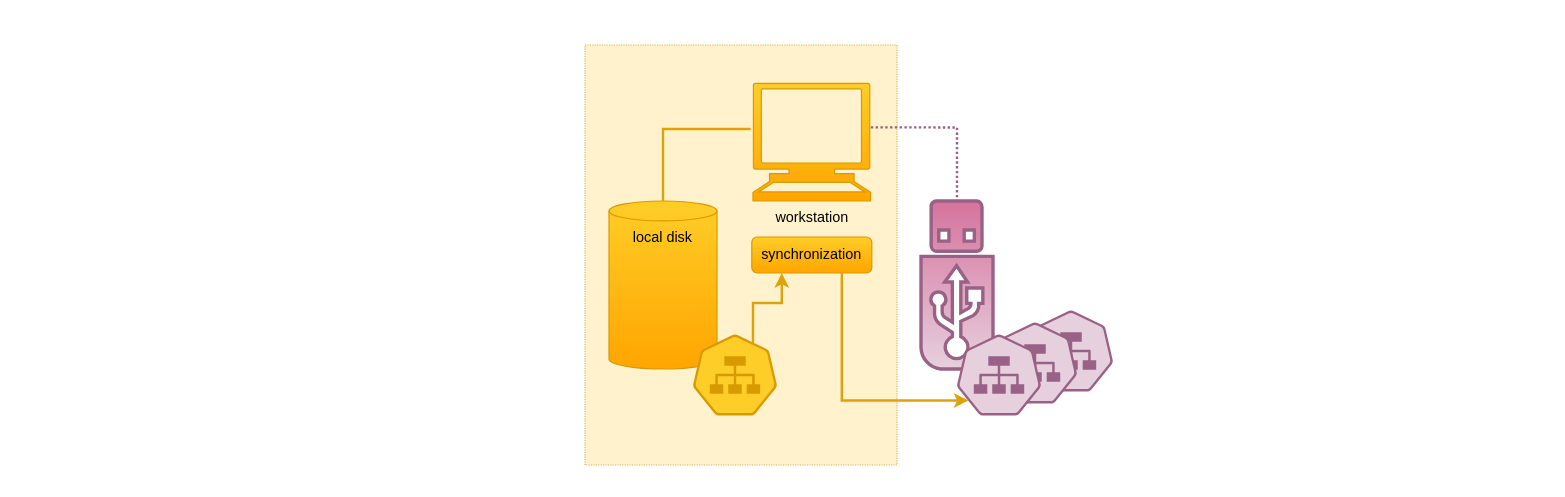
This is page "backup-olf" (1 of 2) of blog/data/assets/images/cabri-share-conf/diagrams.drawio from t-beigbeder/otvl_blog, a draw.io file, before an edit. Source tidied: cells renumbered, new cells numbered last; positions are measured from the earlier drawing's top-left corner, leaving out a move shared by most shapes. Both pictures are drawn from the tidied source at 120%, with x=0, y=0 at pixel (104, 32).
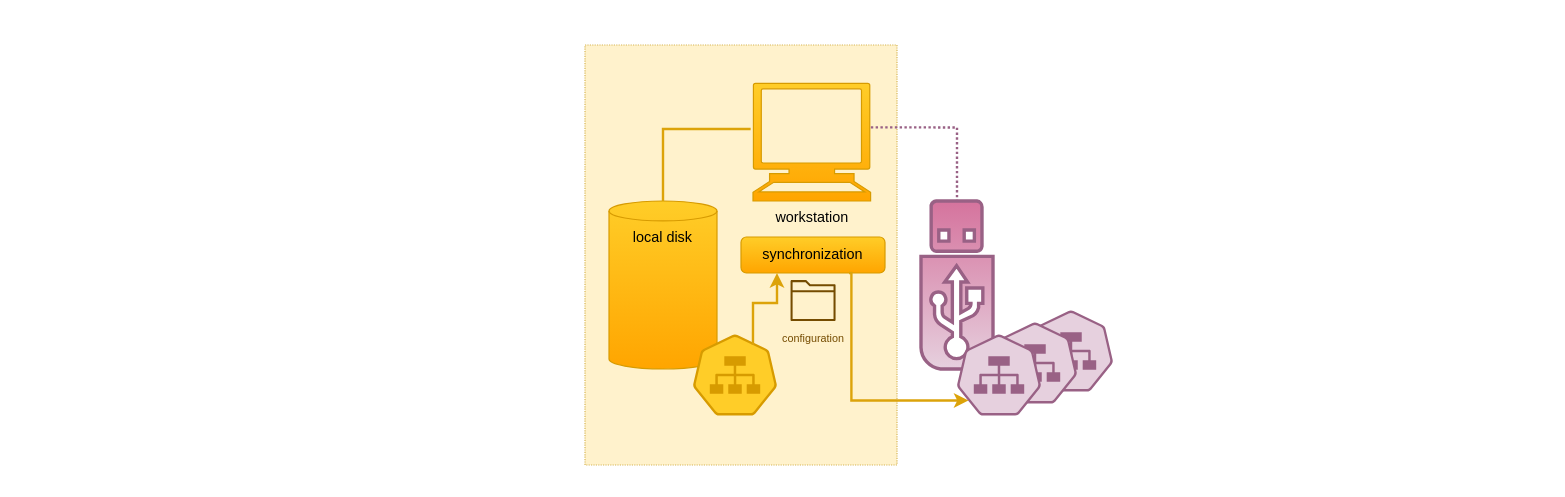
Above is the later version.

Diff of the diagram source:
```diff
@@
 <mxGraphModel>
   <root>
     <mxCell id="0" />
     <mxCell id="1" parent="0" />
     <mxCell id="2" style="rounded=0;whiteSpace=wrap;html=1;fillColor=none;strokeColor=none;" parent="1" vertex="1">
-      <mxGeometry width="1200" height="370" as="geometry" />
+      <mxGeometry x="-70" y="-10" width="1200" height="370" as="geometry" />
     </mxCell>
     <mxCell id="3" style="rounded=0;whiteSpace=wrap;html=1;dashed=1;dashPattern=1 1;fillColor=#fff2cc;strokeColor=#d6b656;" parent="1" vertex="1">
       <mxGeometry x="400" y="10" width="260" height="350" as="geometry" />
     </mxCell>
     <mxCell id="4" value="local disk" style="shape=cylinder3;whiteSpace=wrap;html=1;boundedLbl=1;backgroundOutline=1;size=8.310344827586107;fillColor=#ffcd28;strokeColor=#d79b00;verticalAlign=top;gradientColor=#ffa500;" parent="1" vertex="1">
       <mxGeometry x="420" y="140" width="90" height="140" as="geometry" />
     </mxCell>
     <mxCell id="5" value="workstation" style="shape=mxgraph.signs.tech.computer;html=1;fillColor=#ffcd28;strokeColor=#d79b00;verticalLabelPosition=bottom;verticalAlign=top;align=center;sketch=0;gradientColor=#ffa500;" parent="1" vertex="1">
       <mxGeometry x="540" y="42" width="98" height="98" as="geometry" />
     </mxCell>
     <mxCell id="6" style="verticalAlign=top;verticalLabelPosition=bottom;labelPosition=center;align=center;html=1;outlineConnect=0;fillColor=#e6d0de;strokeColor=#996185;gradientDirection=north;strokeWidth=2;shape=mxgraph.networks.usb_stick;gradientColor=#d5739d;" parent="1" vertex="1">
       <mxGeometry x="680" y="140" width="60" height="140" as="geometry" />
     </mxCell>
     <mxCell id="7" style="sketch=0;html=1;dashed=0;whitespace=wrap;fillColor=#ffcd28;strokeColor=#d79b00;points=[[0.005,0.63,0],[0.1,0.2,0],[0.9,0.2,0],[0.5,0,0],[0.995,0.63,0],[0.72,0.99,0],[0.5,1,0],[0.28,0.99,0]];verticalLabelPosition=bottom;align=center;verticalAlign=top;shape=mxgraph.kubernetes.icon;prIcon=svc;gradientColor=#ffa500;" parent="1" vertex="1">
       <mxGeometry x="490" y="250" width="70" height="70" as="geometry" />
     </mxCell>
     <mxCell id="8" style="sketch=0;html=1;dashed=0;whitespace=wrap;fillColor=#e6d0de;strokeColor=#996185;verticalLabelPosition=bottom;align=center;verticalAlign=top;shape=mxgraph.kubernetes.icon;prIcon=svc;gradientColor=#d5739d;" parent="1" vertex="1">
       <mxGeometry x="770" y="230" width="70" height="70" as="geometry" />
     </mxCell>
     <mxCell id="9" style="endArrow=none;html=1;rounded=0;entryX=-0.02;entryY=0.388;entryDx=0;entryDy=0;entryPerimeter=0;exitX=0.5;exitY=0;exitDx=0;exitDy=0;exitPerimeter=0;edgeStyle=orthogonalEdgeStyle;strokeWidth=2;strokeColor=#dca30a;" parent="1" edge="1" source="4" target="5">
       <mxGeometry relative="1" as="geometry">
         <Array as="points">
           <mxPoint x="465" y="80" />
         </Array>
       </mxGeometry>
     </mxCell>
     <mxCell id="10" style="endArrow=none;html=1;rounded=0;exitX=1.002;exitY=0.374;exitDx=0;exitDy=0;exitPerimeter=0;entryX=0.5;entryY=0;entryDx=0;entryDy=0;entryPerimeter=0;edgeStyle=orthogonalEdgeStyle;strokeWidth=2;strokeColor=#996185;dashed=1;dashPattern=1 1;" parent="1" edge="1" source="5" target="6">
       <mxGeometry relative="1" as="geometry" />
     </mxCell>
     <mxCell id="11" style="sketch=0;html=1;dashed=0;whitespace=wrap;fillColor=#e6d0de;strokeColor=#996185;verticalLabelPosition=bottom;align=center;verticalAlign=top;shape=mxgraph.kubernetes.icon;prIcon=svc;gradientColor=#d5739d;" parent="1" vertex="1">
       <mxGeometry x="740" y="240" width="70" height="70" as="geometry" />
     </mxCell>
     <mxCell id="12" style="sketch=0;html=1;dashed=0;whitespace=wrap;fillColor=#e6d0de;strokeColor=#996185;points=[[0.005,0.63,0],[0.1,0.2,0],[0.9,0.2,0],[0.5,0,0],[0.995,0.63,0],[0.72,0.99,0],[0.5,1,0],[0.28,0.99,0]];verticalLabelPosition=bottom;align=center;verticalAlign=top;shape=mxgraph.kubernetes.icon;prIcon=svc;gradientColor=#d5739d;" parent="1" vertex="1">
       <mxGeometry x="710" y="250" width="70" height="70" as="geometry" />
     </mxCell>
     <mxCell id="13" value="synchronization" style="rounded=1;whiteSpace=wrap;html=1;fillColor=#ffcd28;gradientColor=#ffa500;strokeColor=#d79b00;" parent="1" vertex="1">
-      <mxGeometry x="539" y="170" width="100" height="30" as="geometry" />
+      <mxGeometry x="530" y="170" width="120" height="30" as="geometry" />
     </mxCell>
     <mxCell id="14" style="endArrow=classic;html=1;rounded=0;exitX=0.714;exitY=0.143;exitDx=0;exitDy=0;exitPerimeter=0;entryX=0.25;entryY=1;entryDx=0;entryDy=0;strokeColor=#dca30a;strokeWidth=2;endFill=1;edgeStyle=orthogonalEdgeStyle;" parent="1" edge="1" source="7" target="13">
       <mxGeometry relative="1" as="geometry" />
     </mxCell>
     <mxCell id="15" style="endArrow=classic;html=1;rounded=0;exitX=0.75;exitY=1;exitDx=0;exitDy=0;entryX=0.137;entryY=0.803;entryDx=0;entryDy=0;entryPerimeter=0;strokeColor=#dca30a;strokeWidth=2;endFill=1;edgeStyle=orthogonalEdgeStyle;" parent="1" edge="1" source="13" target="12">
       <mxGeometry relative="1" as="geometry">
         <Array as="points">
-          <mxPoint x="614" y="306" />
+          <mxPoint x="622" y="306" />
         </Array>
       </mxGeometry>
     </mxCell>
+    <mxCell id="16" value="&lt;font style=&quot;font-size: 9px;&quot; color=&quot;#754c00&quot;&gt;configuration&lt;/font&gt;" style="sketch=0;fillColor=#754C00;strokeColor=#3700CC;dashed=0;verticalLabelPosition=bottom;verticalAlign=top;align=center;html=1;fontSize=12;fontStyle=0;shape=mxgraph.aws4.folder;strokeWidth=4;fontColor=#ffffff;" parent="1" vertex="1">
+      <mxGeometry x="571.3" y="205.9" width="37.5" height="34.1" as="geometry" />
+    </mxCell>
   </root>
 </mxGraphModel>
```
